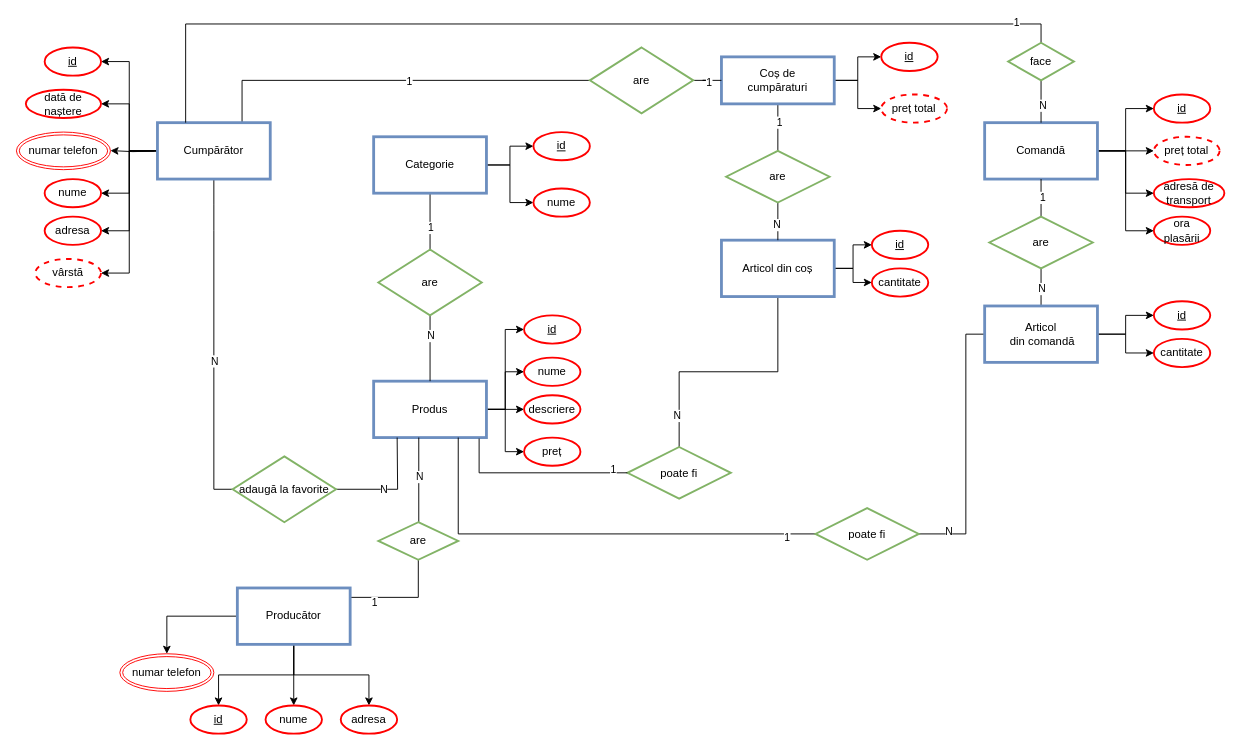
The draw.io diagram page "entity-relation diagram" (6 of 9) of use_case_diagram.drawio in ErikaRusznak/piazza-ecommerce, before the edit. Source tidied: cells renumbered, new cells numbered last; positions are measured from the earlier drawing's top-left corner, leaving out a move shared by most shapes. Both pictures are drawn from the tidied source at 94%, with x=0, y=0 at pixel (16, 24).
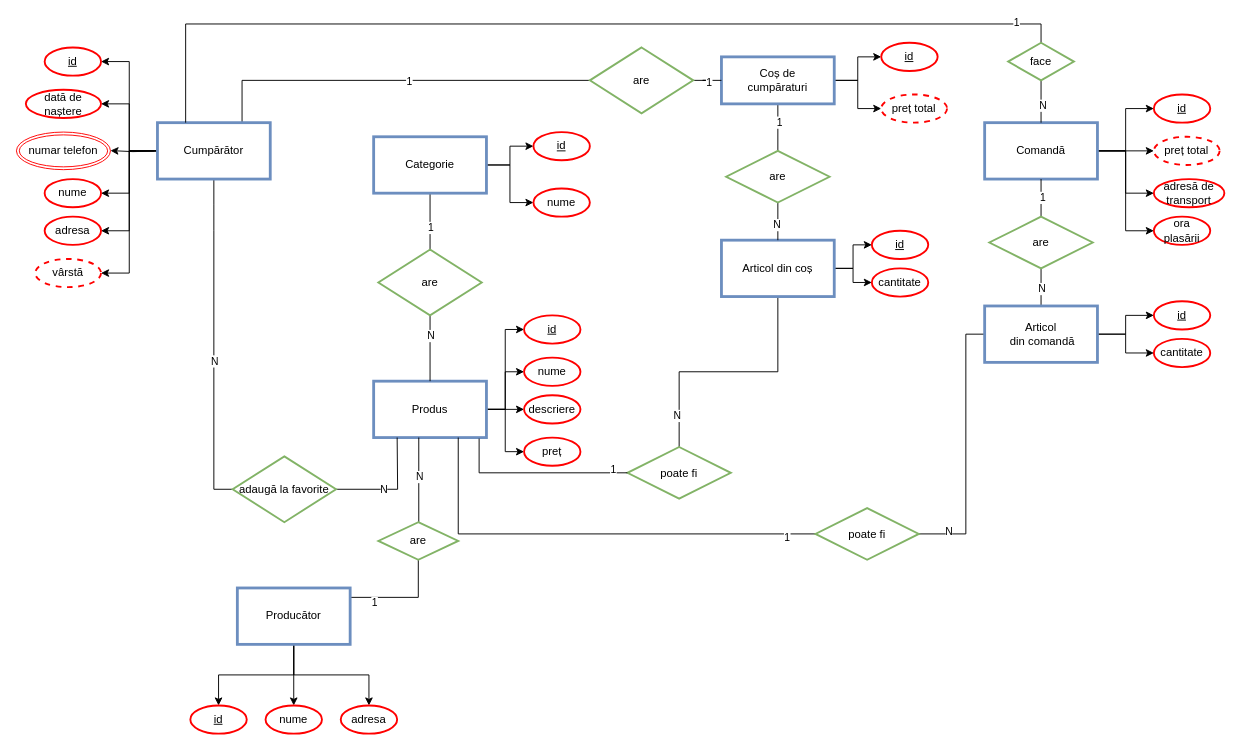
Above is the later version.

The change refers to these unchanged cells:
```xml
<mxCell id="8" value="Producător" style="rounded=0;whiteSpace=wrap;html=1;fillColor=none;strokeColor=#6c8ebf;strokeWidth=3;" parent="1" vertex="1">
  <mxGeometry x="235" y="600" width="120" height="60" as="geometry" />
</mxCell>
```

What changed in the source:
```diff
@@
-    <mxCell id="7" style="edgeStyle=orthogonalEdgeStyle;rounded=0;jettySize=auto;html=1;" parent="1" edge="1" source="8" target="106">
-      <mxGeometry relative="1" as="geometry" />
-    </mxCell>
@@
-    <mxCell id="106" value="numar telefon" style="ellipse;shape=doubleEllipse;margin=3;whiteSpace=wrap;html=1;align=center;fillColor=none;strokeColor=#FF0000;strokeWidth=1;" parent="1" vertex="1">
-      <mxGeometry x="110" y="670" width="100" height="40" as="geometry" />
-    </mxCell>
```
